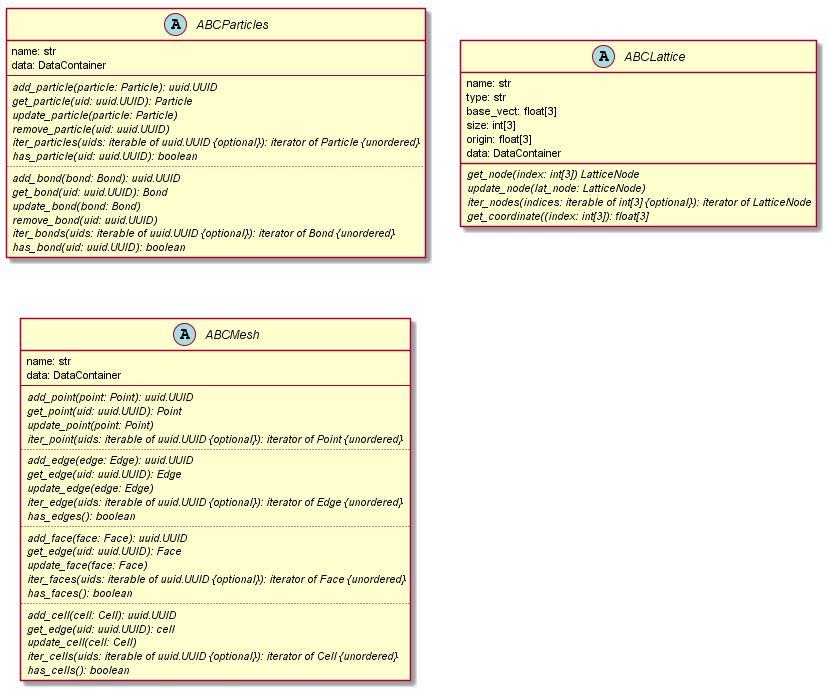
Earlier version of the PlantUML export doc/source/images/containers.png (simphony/simphony-common).
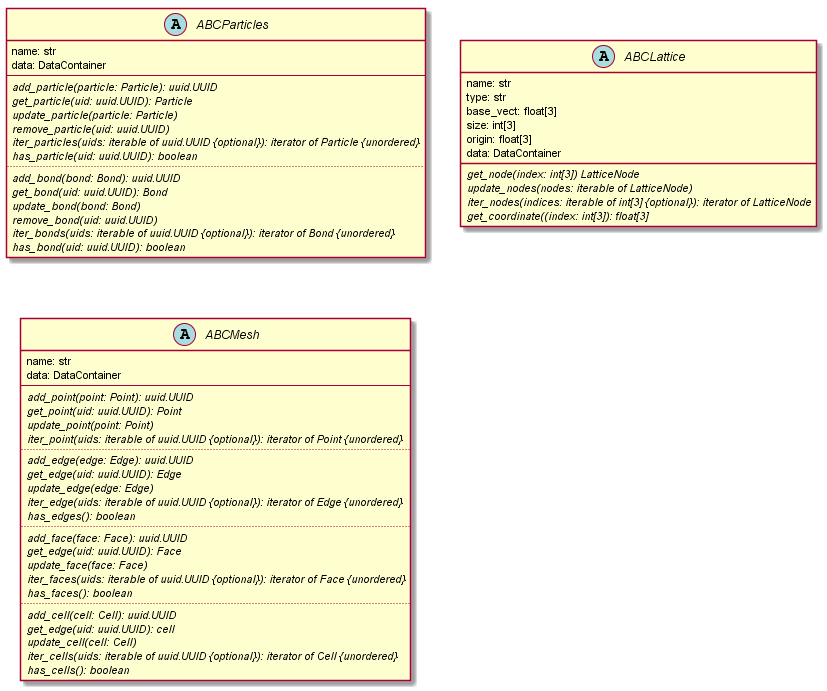
The same diagram one commit later.

Diff of the diagram source:
```diff
@@ -25,7 +25,7 @@
   origin: float[3]
   data: DataContainer
   {abstract} get_node(index: int[3]) LatticeNode
-  {abstract} update_node(lat_node: LatticeNode)
+  {abstract} update_nodes(nodes: iterable of LatticeNode)
   {abstract} iter_nodes(indices: iterable of int[3] {optional}): iterator of LatticeNode
   {abstract} get_coordinate((index: int[3]): float[3]
 }
```
